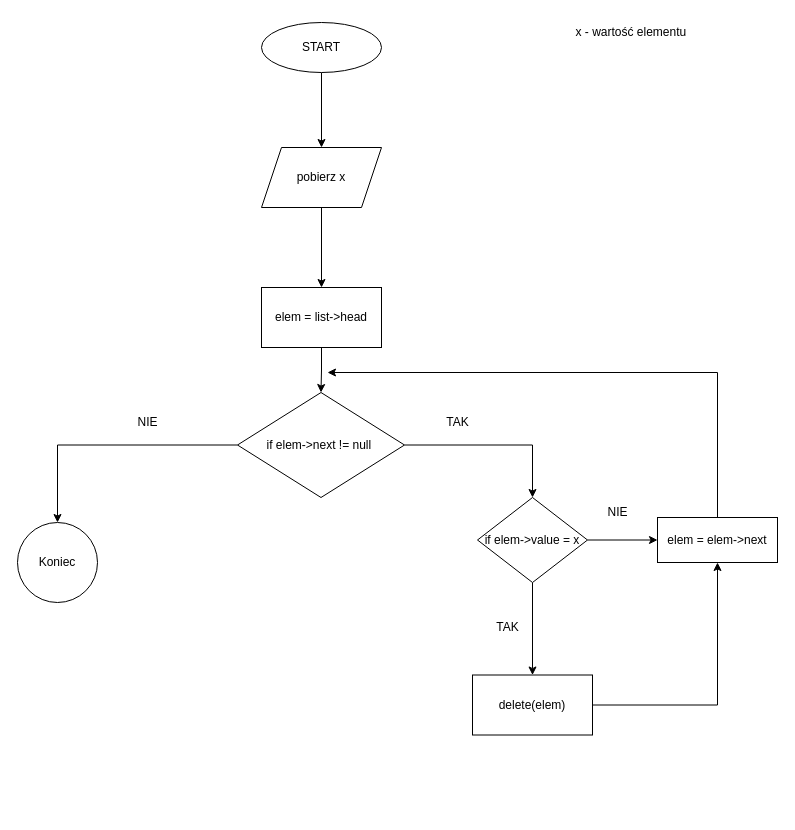
The draw.io diagram page "Zadanie 4" (5 of 10) of Diagram bez tytułu.drawio in Pawel-Lechki/algorytmy-cwiczenia, before the edit. Source tidied: cells renumbered, new cells numbered last; positions are measured from the earlier drawing's top-left corner, leaving out a move shared by most shapes. Both pictures are drawn from the tidied source at 100%, with x=0, y=0 at pixel (17, 17).
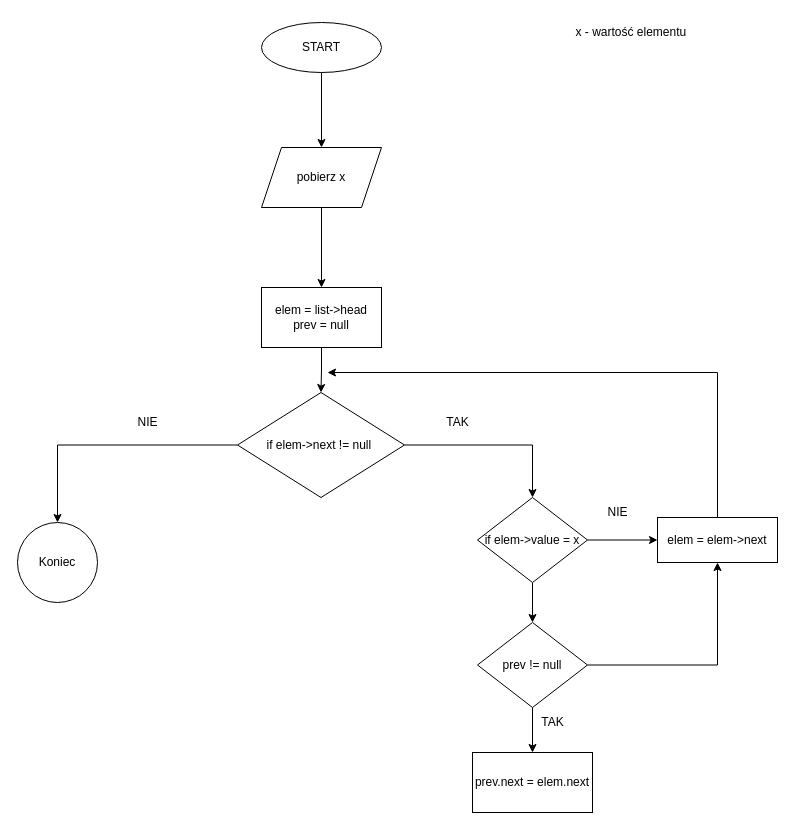
Above is the later version.

The change refers to these unchanged cells:
```xml
<mxCell id="15" value="elem = elem-&amp;gt;next" style="whiteSpace=wrap;html=1;" parent="1" vertex="1">
  <mxGeometry x="640" y="500" width="120" height="45" as="geometry" />
</mxCell>
<mxCell id="19" value="if elem-&amp;gt;value = x" style="rhombus;whiteSpace=wrap;html=1;" parent="1" vertex="1">
  <mxGeometry x="460" y="480" width="110" height="85" as="geometry" />
</mxCell>
```

What changed in the source:
```diff
@@
-    <mxCell id="7" value="elem = list-&amp;gt;head" style="whiteSpace=wrap;html=1;" parent="1" vertex="1">
+    <mxCell id="7" value="elem = list-&amp;gt;head&lt;br&gt;prev = null" style="whiteSpace=wrap;html=1;" parent="1" vertex="1">
       <mxGeometry x="244" y="270" width="120" height="60" as="geometry" />
     </mxCell>
@@
-    <mxCell id="18" style="edgeStyle=orthogonalEdgeStyle;rounded=0;jettySize=auto;html=1;" parent="1" edge="1" source="19" target="22">
-      <mxGeometry relative="1" as="geometry" />
-    </mxCell>
+    <mxCell id="24" style="edgeStyle=orthogonalEdgeStyle;rounded=0;jettySize=auto;html=1;" parent="1" edge="1" source="19" target="27">
+      <mxGeometry relative="1" as="geometry" />
+    </mxCell>
@@
-    <mxCell id="21" style="edgeStyle=orthogonalEdgeStyle;rounded=0;jettySize=auto;html=1;entryX=0.5;entryY=1;entryDx=0;entryDy=0;" parent="1" edge="1" source="22" target="15">
-      <mxGeometry relative="1" as="geometry" />
-    </mxCell>
-    <mxCell id="22" value="delete(elem)" style="whiteSpace=wrap;html=1;" parent="1" vertex="1">
-      <mxGeometry x="455" y="657.5" width="120" height="60" as="geometry" />
-    </mxCell>
+    <mxCell id="25" style="edgeStyle=orthogonalEdgeStyle;rounded=0;jettySize=auto;html=1;" parent="1" edge="1" source="27" target="28">
+      <mxGeometry relative="1" as="geometry" />
+    </mxCell>
+    <mxCell id="26" style="edgeStyle=orthogonalEdgeStyle;rounded=0;jettySize=auto;html=1;entryX=0.5;entryY=1;entryDx=0;entryDy=0;" parent="1" edge="1" source="27" target="15">
+      <mxGeometry relative="1" as="geometry" />
+    </mxCell>
+    <mxCell id="27" value="prev != null" style="rhombus;whiteSpace=wrap;html=1;" parent="1" vertex="1">
+      <mxGeometry x="460" y="605" width="110" height="85" as="geometry" />
+    </mxCell>
+    <mxCell id="28" value="prev.next = elem.next" style="whiteSpace=wrap;html=1;" parent="1" vertex="1">
+      <mxGeometry x="455" y="735" width="120" height="60" as="geometry" />
+    </mxCell>
     <mxCell id="23" value="TAK" style="text;html=1;align=center;verticalAlign=middle;strokeColor=none;fillColor=none;" parent="1" vertex="1">
-      <mxGeometry x="465" y="595" width="50" height="30" as="geometry" />
+      <mxGeometry x="510" y="690" width="50" height="30" as="geometry" />
     </mxCell>
```
